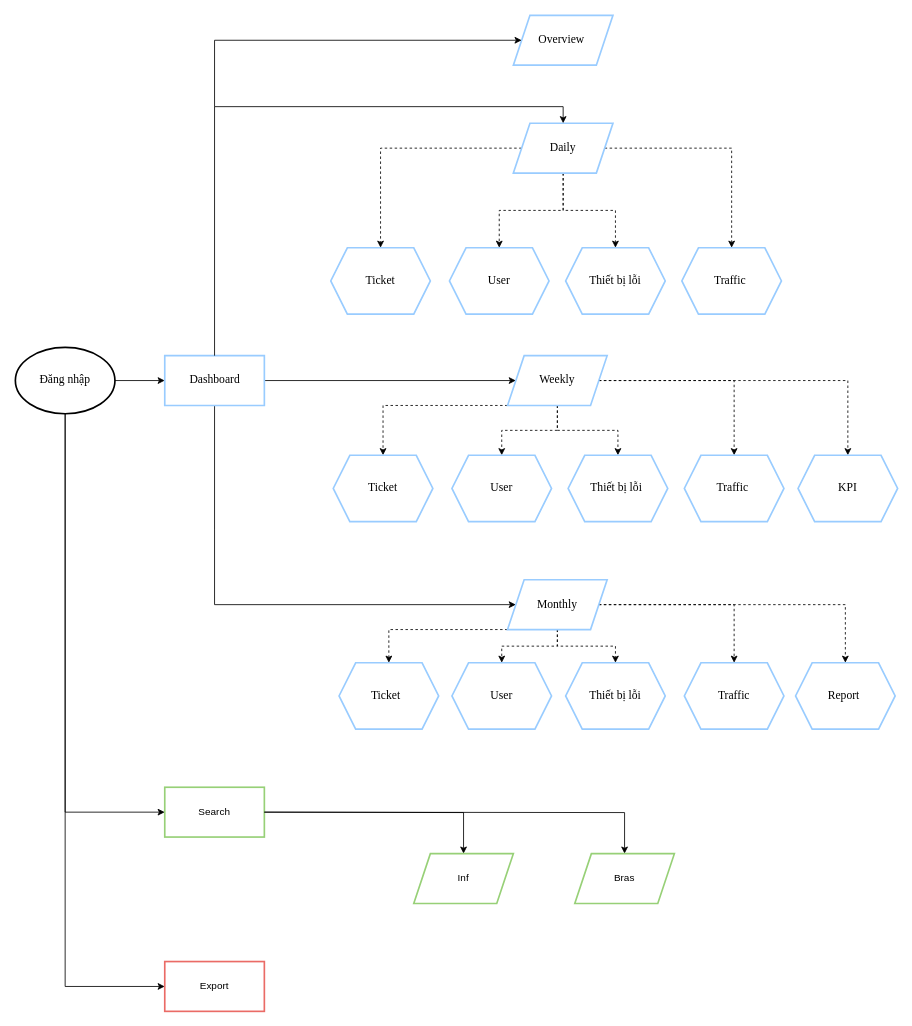
Above: FlowInf.drawio in LongLiee/FlowChart-UpWork (draw.io), before the change. Source tidied: cells renumbered, new cells numbered last; positions are measured from the earlier drawing's top-left corner, leaving out a move shared by most shapes. Both pictures are drawn from the tidied source at 83%, with x=0, y=0 at pixel (15, 15).
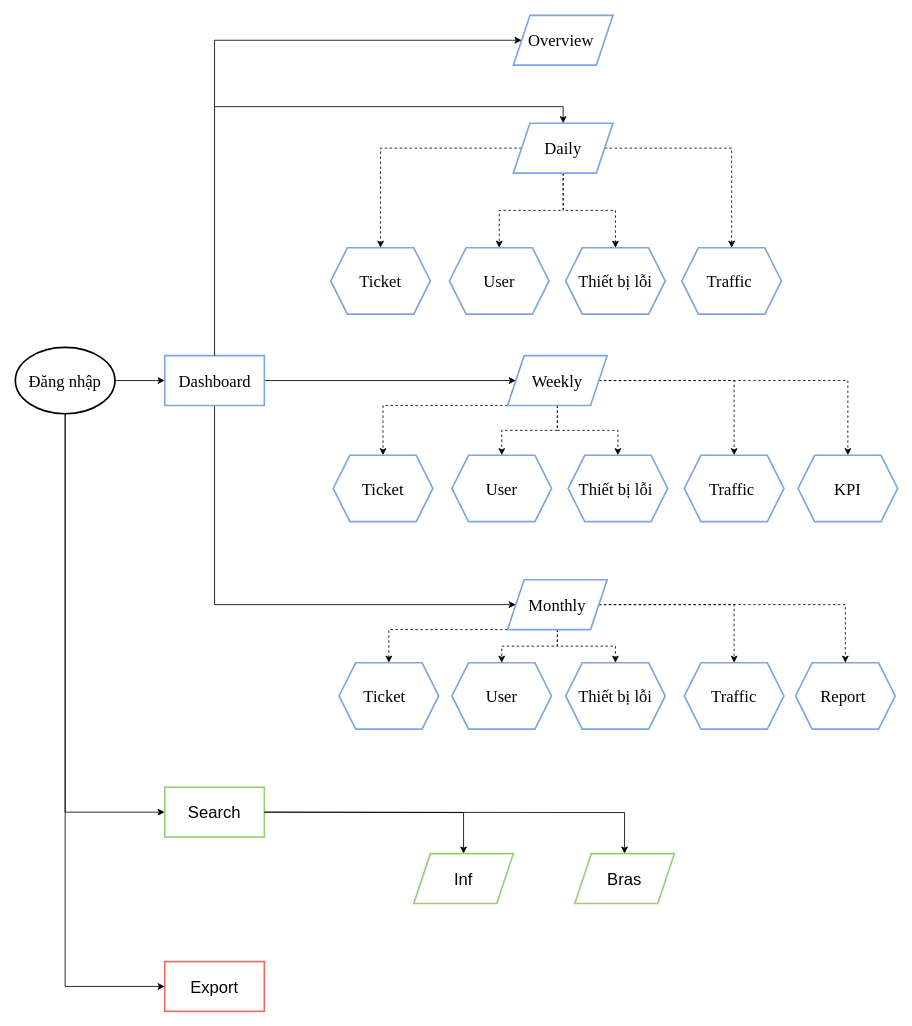
The same page after the edit.

Change to the diagram source:
```diff
@@
-    <mxCell id="5" value="&lt;font face=&quot;Times New Roman&quot;&gt;&lt;span style=&quot;font-size: 14px&quot;&gt;Đăng nhập&lt;/span&gt;&lt;/font&gt;" style="strokeWidth=2;html=1;shape=mxgraph.flowchart.start_1;whiteSpace=wrap;fontColor=default;fillColor=default;strokeColor=default;labelBackgroundColor=default;" parent="1" vertex="1">
+    <mxCell id="5" value="&lt;font face=&quot;Times New Roman&quot; style=&quot;font-size: 20px;&quot;&gt;&lt;span style=&quot;font-size: 20px;&quot;&gt;Đăng nhập&lt;/span&gt;&lt;/font&gt;" style="strokeWidth=2;html=1;shape=mxgraph.flowchart.start_1;whiteSpace=wrap;fontColor=default;fillColor=default;strokeColor=default;labelBackgroundColor=default;fontSize=20;" parent="1" vertex="1">
       <mxGeometry y="400" width="120" height="80" as="geometry" />
     </mxCell>
@@
-    <mxCell id="8" value="Dashboard" style="verticalLabelPosition=middle;verticalAlign=middle;html=1;shape=mxgraph.basic.rect;fillColor2=none;strokeWidth=2;size=20;indent=5;fontFamily=Times New Roman;fontSize=14;fontColor=default;fillColor=default;strokeColor=#99CCFF;labelPosition=center;align=center;labelBackgroundColor=default;" parent="1" vertex="1">
+    <mxCell id="8" value="Dashboard" style="verticalLabelPosition=middle;verticalAlign=middle;html=1;shape=mxgraph.basic.rect;fillColor2=none;strokeWidth=2;size=20;indent=5;fontFamily=Times New Roman;fontSize=20;fontColor=default;fillColor=default;strokeColor=#7EA6E0;labelPosition=center;align=center;labelBackgroundColor=default;" parent="1" vertex="1">
       <mxGeometry x="180" y="410" width="120" height="60" as="geometry" />
     </mxCell>
@@
-    <mxCell id="13" value="Daily" style="shape=parallelogram;perimeter=parallelogramPerimeter;whiteSpace=wrap;html=1;fixedSize=1;fontFamily=Times New Roman;fontSize=14;strokeWidth=2;fillColor=default;strokeColor=#99CCFF;fontColor=default;labelBackgroundColor=default;" parent="1" vertex="1">
+    <mxCell id="13" value="Daily" style="shape=parallelogram;perimeter=parallelogramPerimeter;whiteSpace=wrap;html=1;fixedSize=1;fontFamily=Times New Roman;fontSize=20;strokeWidth=2;fillColor=default;strokeColor=#7EA6E0;fontColor=default;labelBackgroundColor=default;" parent="1" vertex="1">
       <mxGeometry x="600" y="130" width="120" height="60" as="geometry" />
     </mxCell>
-    <mxCell id="14" value="Ticket" style="shape=hexagon;perimeter=hexagonPerimeter2;whiteSpace=wrap;html=1;fixedSize=1;fontFamily=Times New Roman;fontSize=14;strokeWidth=2;fillColor=default;strokeColor=#99CCFF;fontColor=default;labelBackgroundColor=default;" parent="1" vertex="1">
+    <mxCell id="14" value="Ticket" style="shape=hexagon;perimeter=hexagonPerimeter2;whiteSpace=wrap;html=1;fixedSize=1;fontFamily=Times New Roman;fontSize=20;strokeWidth=2;fillColor=default;strokeColor=#7EA6E0;fontColor=default;labelBackgroundColor=default;" parent="1" vertex="1">
       <mxGeometry x="380" y="280" width="120" height="80" as="geometry" />
     </mxCell>
-    <mxCell id="15" value="User" style="shape=hexagon;perimeter=hexagonPerimeter2;whiteSpace=wrap;html=1;fixedSize=1;fontFamily=Times New Roman;fontSize=14;strokeWidth=2;fillColor=default;strokeColor=#99CCFF;fontColor=default;labelBackgroundColor=default;" parent="1" vertex="1">
+    <mxCell id="15" value="User" style="shape=hexagon;perimeter=hexagonPerimeter2;whiteSpace=wrap;html=1;fixedSize=1;fontFamily=Times New Roman;fontSize=20;strokeWidth=2;fillColor=default;strokeColor=#7EA6E0;fontColor=default;labelBackgroundColor=default;" parent="1" vertex="1">
       <mxGeometry x="523" y="280" width="120" height="80" as="geometry" />
     </mxCell>
-    <mxCell id="16" value="Thiết bị lỗi" style="shape=hexagon;perimeter=hexagonPerimeter2;whiteSpace=wrap;html=1;fixedSize=1;fontFamily=Times New Roman;fontSize=14;strokeWidth=2;fillColor=default;strokeColor=#99CCFF;fontColor=default;labelBackgroundColor=default;" parent="1" vertex="1">
+    <mxCell id="16" value="Thiết bị lỗi" style="shape=hexagon;perimeter=hexagonPerimeter2;whiteSpace=wrap;html=1;fixedSize=1;fontFamily=Times New Roman;fontSize=20;strokeWidth=2;fillColor=default;strokeColor=#7EA6E0;fontColor=default;labelBackgroundColor=default;" parent="1" vertex="1">
       <mxGeometry x="663" y="280" width="120" height="80" as="geometry" />
     </mxCell>
-    <mxCell id="17" value="Traffic&amp;nbsp;" style="shape=hexagon;perimeter=hexagonPerimeter2;whiteSpace=wrap;html=1;fixedSize=1;fontFamily=Times New Roman;fontSize=14;strokeWidth=2;fillColor=default;strokeColor=#99CCFF;fontColor=default;labelBackgroundColor=default;" parent="1" vertex="1">
+    <mxCell id="17" value="Traffic&amp;nbsp;" style="shape=hexagon;perimeter=hexagonPerimeter2;whiteSpace=wrap;html=1;fixedSize=1;fontFamily=Times New Roman;fontSize=20;strokeWidth=2;fillColor=default;strokeColor=#7EA6E0;fontColor=default;labelBackgroundColor=default;" parent="1" vertex="1">
       <mxGeometry x="803" y="280" width="120" height="80" as="geometry" />
     </mxCell>
@@
-    <mxCell id="24" value="Weekly" style="shape=parallelogram;perimeter=parallelogramPerimeter;whiteSpace=wrap;html=1;fixedSize=1;fontFamily=Times New Roman;fontSize=14;strokeWidth=2;fillColor=default;strokeColor=#99CCFF;fontColor=default;" parent="1" vertex="1">
+    <mxCell id="24" value="Weekly" style="shape=parallelogram;perimeter=parallelogramPerimeter;whiteSpace=wrap;html=1;fixedSize=1;fontFamily=Times New Roman;fontSize=20;strokeWidth=2;fillColor=default;strokeColor=#7EA6E0;fontColor=default;labelBackgroundColor=default;" parent="1" vertex="1">
       <mxGeometry x="593" y="410" width="120" height="60" as="geometry" />
     </mxCell>
-    <mxCell id="25" value="Ticket" style="shape=hexagon;perimeter=hexagonPerimeter2;whiteSpace=wrap;html=1;fixedSize=1;fontFamily=Times New Roman;fontSize=14;strokeWidth=2;fillColor=default;strokeColor=#99CCFF;fontColor=default;labelBackgroundColor=default;" parent="1" vertex="1">
+    <mxCell id="25" value="Ticket" style="shape=hexagon;perimeter=hexagonPerimeter2;whiteSpace=wrap;html=1;fixedSize=1;fontFamily=Times New Roman;fontSize=20;strokeWidth=2;fillColor=default;strokeColor=#7EA6E0;fontColor=default;labelBackgroundColor=default;" parent="1" vertex="1">
       <mxGeometry x="383" y="530" width="120" height="80" as="geometry" />
     </mxCell>
-    <mxCell id="26" value="User" style="shape=hexagon;perimeter=hexagonPerimeter2;whiteSpace=wrap;html=1;fixedSize=1;fontFamily=Times New Roman;fontSize=14;strokeWidth=2;fillColor=default;strokeColor=#99CCFF;fontColor=default;labelBackgroundColor=default;" parent="1" vertex="1">
+    <mxCell id="26" value="User" style="shape=hexagon;perimeter=hexagonPerimeter2;whiteSpace=wrap;html=1;fixedSize=1;fontFamily=Times New Roman;fontSize=20;strokeWidth=2;fillColor=default;strokeColor=#7EA6E0;fontColor=default;labelBackgroundColor=default;" parent="1" vertex="1">
       <mxGeometry x="526" y="530" width="120" height="80" as="geometry" />
     </mxCell>
-    <mxCell id="27" value="Thiết bị lỗi&amp;nbsp;" style="shape=hexagon;perimeter=hexagonPerimeter2;whiteSpace=wrap;html=1;fixedSize=1;fontFamily=Times New Roman;fontSize=14;strokeWidth=2;fillColor=default;strokeColor=#99CCFF;fontColor=default;labelBackgroundColor=default;" parent="1" vertex="1">
+    <mxCell id="27" value="Thiết bị lỗi&amp;nbsp;" style="shape=hexagon;perimeter=hexagonPerimeter2;whiteSpace=wrap;html=1;fixedSize=1;fontFamily=Times New Roman;fontSize=20;strokeWidth=2;fillColor=default;strokeColor=#7EA6E0;fontColor=default;labelBackgroundColor=default;" parent="1" vertex="1">
       <mxGeometry x="666" y="530" width="120" height="80" as="geometry" />
     </mxCell>
-    <mxCell id="28" value="Traffic&amp;nbsp;" style="shape=hexagon;perimeter=hexagonPerimeter2;whiteSpace=wrap;html=1;fixedSize=1;fontFamily=Times New Roman;fontSize=14;strokeWidth=2;fillColor=default;strokeColor=#99CCFF;fontColor=default;labelBackgroundColor=default;" parent="1" vertex="1">
+    <mxCell id="28" value="Traffic&amp;nbsp;" style="shape=hexagon;perimeter=hexagonPerimeter2;whiteSpace=wrap;html=1;fixedSize=1;fontFamily=Times New Roman;fontSize=20;strokeWidth=2;fillColor=default;strokeColor=#7EA6E0;fontColor=default;labelBackgroundColor=default;" parent="1" vertex="1">
       <mxGeometry x="806" y="530" width="120" height="80" as="geometry" />
     </mxCell>
-    <mxCell id="29" value="KPI" style="shape=hexagon;perimeter=hexagonPerimeter2;whiteSpace=wrap;html=1;fixedSize=1;fontFamily=Times New Roman;fontSize=14;strokeWidth=2;fillColor=default;strokeColor=#99CCFF;fontColor=default;labelBackgroundColor=default;" parent="1" vertex="1">
+    <mxCell id="29" value="KPI" style="shape=hexagon;perimeter=hexagonPerimeter2;whiteSpace=wrap;html=1;fixedSize=1;fontFamily=Times New Roman;fontSize=20;strokeWidth=2;fillColor=default;strokeColor=#7EA6E0;fontColor=default;labelBackgroundColor=default;" parent="1" vertex="1">
       <mxGeometry x="943" y="530" width="120" height="80" as="geometry" />
     </mxCell>
@@
-    <mxCell id="35" value="Monthly" style="shape=parallelogram;perimeter=parallelogramPerimeter;whiteSpace=wrap;html=1;fixedSize=1;fontFamily=Times New Roman;fontSize=14;strokeWidth=2;labelBackgroundColor=default;fillColor=default;strokeColor=#99CCFF;fontColor=default;" parent="1" vertex="1">
+    <mxCell id="35" value="Monthly" style="shape=parallelogram;perimeter=parallelogramPerimeter;whiteSpace=wrap;html=1;fixedSize=1;fontFamily=Times New Roman;fontSize=20;strokeWidth=2;labelBackgroundColor=default;fillColor=default;strokeColor=#7EA6E0;fontColor=default;" parent="1" vertex="1">
       <mxGeometry x="593" y="680" width="120" height="60" as="geometry" />
     </mxCell>
-    <mxCell id="36" value="Ticket&amp;nbsp;&amp;nbsp;" style="shape=hexagon;perimeter=hexagonPerimeter2;whiteSpace=wrap;html=1;fixedSize=1;fontFamily=Times New Roman;fontSize=14;strokeWidth=2;labelBackgroundColor=default;fillColor=default;strokeColor=#99CCFF;fontColor=default;" parent="1" vertex="1">
+    <mxCell id="36" value="Ticket&amp;nbsp;&amp;nbsp;" style="shape=hexagon;perimeter=hexagonPerimeter2;whiteSpace=wrap;html=1;fixedSize=1;fontFamily=Times New Roman;fontSize=20;strokeWidth=2;labelBackgroundColor=default;fillColor=default;strokeColor=#7EA6E0;fontColor=default;" parent="1" vertex="1">
       <mxGeometry x="390" y="780" width="120" height="80" as="geometry" />
     </mxCell>
-    <mxCell id="37" value="User" style="shape=hexagon;perimeter=hexagonPerimeter2;whiteSpace=wrap;html=1;fixedSize=1;fontFamily=Times New Roman;fontSize=14;strokeWidth=2;labelBackgroundColor=default;fillColor=default;strokeColor=#99CCFF;fontColor=default;" parent="1" vertex="1">
+    <mxCell id="37" value="User" style="shape=hexagon;perimeter=hexagonPerimeter2;whiteSpace=wrap;html=1;fixedSize=1;fontFamily=Times New Roman;fontSize=20;strokeWidth=2;labelBackgroundColor=default;fillColor=default;strokeColor=#7EA6E0;fontColor=default;" parent="1" vertex="1">
       <mxGeometry x="526" y="780" width="120" height="80" as="geometry" />
     </mxCell>
-    <mxCell id="38" value="Thiết bị lỗi" style="shape=hexagon;perimeter=hexagonPerimeter2;whiteSpace=wrap;html=1;fixedSize=1;fontFamily=Times New Roman;fontSize=14;strokeWidth=2;labelBackgroundColor=default;fillColor=default;strokeColor=#99CCFF;fontColor=default;" parent="1" vertex="1">
+    <mxCell id="38" value="Thiết bị lỗi" style="shape=hexagon;perimeter=hexagonPerimeter2;whiteSpace=wrap;html=1;fixedSize=1;fontFamily=Times New Roman;fontSize=20;strokeWidth=2;labelBackgroundColor=default;fillColor=default;strokeColor=#7EA6E0;fontColor=default;" parent="1" vertex="1">
       <mxGeometry x="663" y="780" width="120" height="80" as="geometry" />
     </mxCell>
-    <mxCell id="39" value="Traffic" style="shape=hexagon;perimeter=hexagonPerimeter2;whiteSpace=wrap;html=1;fixedSize=1;fontFamily=Times New Roman;fontSize=14;strokeWidth=2;labelBackgroundColor=default;fillColor=default;strokeColor=#99CCFF;fontColor=default;" parent="1" vertex="1">
+    <mxCell id="39" value="Traffic" style="shape=hexagon;perimeter=hexagonPerimeter2;whiteSpace=wrap;html=1;fixedSize=1;fontFamily=Times New Roman;fontSize=20;strokeWidth=2;labelBackgroundColor=default;fillColor=default;strokeColor=#7EA6E0;fontColor=default;" parent="1" vertex="1">
       <mxGeometry x="806" y="780" width="120" height="80" as="geometry" />
     </mxCell>
-    <mxCell id="40" value="Report&amp;nbsp;" style="shape=hexagon;perimeter=hexagonPerimeter2;whiteSpace=wrap;html=1;fixedSize=1;fontFamily=Times New Roman;fontSize=14;strokeWidth=2;labelBackgroundColor=default;fillColor=default;strokeColor=#99CCFF;fontColor=default;" parent="1" vertex="1">
+    <mxCell id="40" value="Report&amp;nbsp;" style="shape=hexagon;perimeter=hexagonPerimeter2;whiteSpace=wrap;html=1;fixedSize=1;fontFamily=Times New Roman;fontSize=20;strokeWidth=2;labelBackgroundColor=default;fillColor=default;strokeColor=#7EA6E0;fontColor=default;" parent="1" vertex="1">
       <mxGeometry x="940" y="780" width="120" height="80" as="geometry" />
     </mxCell>
-    <mxCell id="41" value="Overview&amp;nbsp;" style="shape=parallelogram;perimeter=parallelogramPerimeter;whiteSpace=wrap;html=1;fixedSize=1;labelBackgroundColor=default;fontFamily=Times New Roman;fontSize=14;fontColor=default;strokeColor=#99CCFF;strokeWidth=2;fillColor=default;" parent="1" vertex="1">
+    <mxCell id="41" value="Overview&amp;nbsp;" style="shape=parallelogram;perimeter=parallelogramPerimeter;whiteSpace=wrap;html=1;fixedSize=1;labelBackgroundColor=default;fontFamily=Times New Roman;fontSize=20;fontColor=default;strokeColor=#7EA6E0;strokeWidth=2;fillColor=default;" parent="1" vertex="1">
       <mxGeometry x="600" width="120" height="60" as="geometry" />
     </mxCell>
@@
-    <mxCell id="43" value="Search" style="whiteSpace=wrap;html=1;strokeWidth=2;labelBackgroundColor=default;fillColor=default;strokeColor=#97D077;fontColor=default;" parent="1" vertex="1">
+    <mxCell id="43" value="Search" style="whiteSpace=wrap;html=1;strokeWidth=2;labelBackgroundColor=default;fillColor=default;strokeColor=#97D077;fontColor=default;fontSize=20;" parent="1" vertex="1">
       <mxGeometry x="180" y="930" width="120" height="60" as="geometry" />
     </mxCell>
@@
-    <mxCell id="46" value="Export" style="whiteSpace=wrap;html=1;strokeWidth=2;labelBackgroundColor=default;fillColor=default;strokeColor=#EA6B66;fontColor=default;" parent="1" vertex="1">
+    <mxCell id="46" value="Export" style="whiteSpace=wrap;html=1;strokeWidth=2;labelBackgroundColor=default;fillColor=default;strokeColor=#EA6B66;fontColor=default;fontSize=20;" parent="1" vertex="1">
       <mxGeometry x="180" y="1140" width="120" height="60" as="geometry" />
     </mxCell>
-    <mxCell id="47" value="Inf" style="shape=parallelogram;perimeter=parallelogramPerimeter;whiteSpace=wrap;html=1;fixedSize=1;strokeWidth=2;labelBackgroundColor=default;fillColor=default;strokeColor=#97D077;fontColor=default;" parent="1" vertex="1">
+    <mxCell id="47" value="Inf" style="shape=parallelogram;perimeter=parallelogramPerimeter;whiteSpace=wrap;html=1;fixedSize=1;strokeWidth=2;labelBackgroundColor=default;fillColor=default;strokeColor=#97D077;fontColor=default;fontSize=20;" parent="1" vertex="1">
       <mxGeometry x="480" y="1010" width="120" height="60" as="geometry" />
     </mxCell>
-    <mxCell id="48" value="Bras" style="shape=parallelogram;perimeter=parallelogramPerimeter;whiteSpace=wrap;html=1;fixedSize=1;strokeWidth=2;labelBackgroundColor=default;fillColor=default;strokeColor=#97D077;fontColor=default;" parent="1" vertex="1">
+    <mxCell id="48" value="Bras" style="shape=parallelogram;perimeter=parallelogramPerimeter;whiteSpace=wrap;html=1;fixedSize=1;strokeWidth=2;labelBackgroundColor=default;fillColor=default;strokeColor=#97D077;fontColor=default;fontSize=20;" parent="1" vertex="1">
       <mxGeometry x="674" y="1010" width="120" height="60" as="geometry" />
     </mxCell>
```
